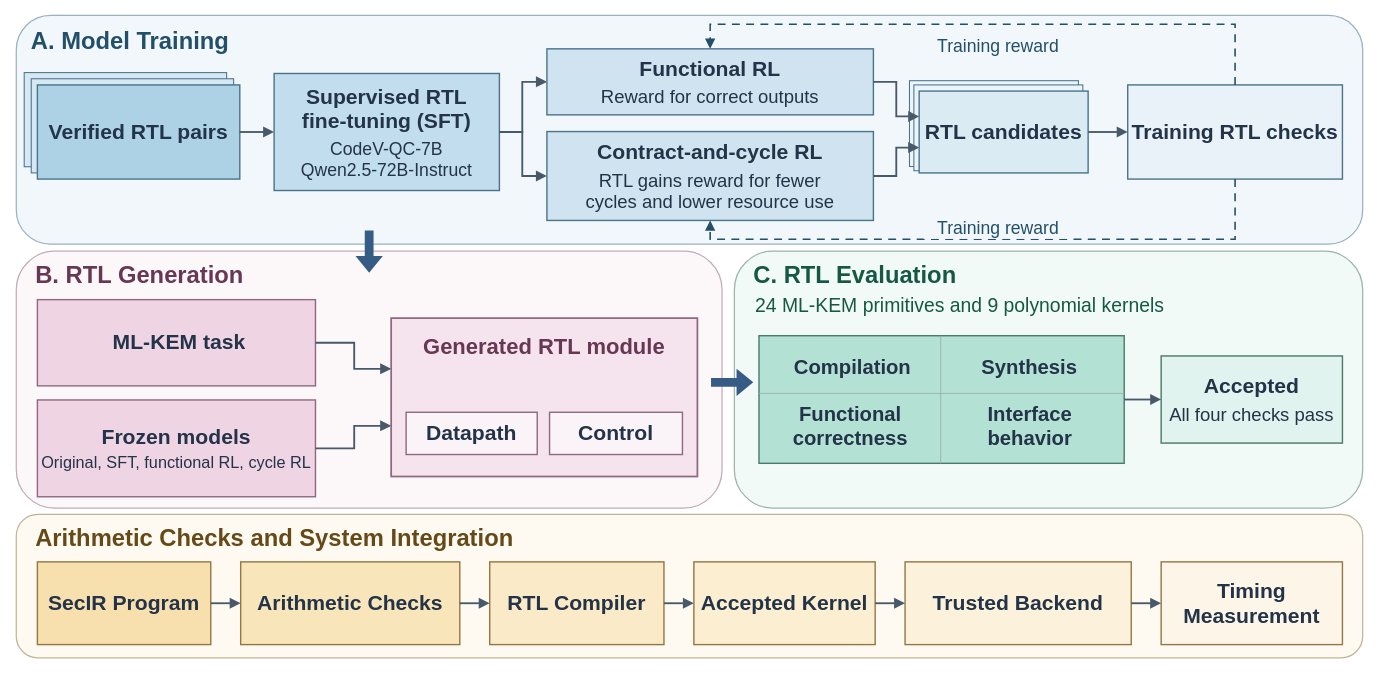
Before: all/DAC2026/SecForge_fig2.drawio in ZKY6662017/iodraw-files, a draw.io diagram. Source tidied: cells renumbered, new cells numbered last; positions are measured from the earlier drawing's top-left corner, leaving out a move shared by most shapes. Both pictures are drawn from the tidied source at 88%, with x=0, y=0 at pixel (16, 15).
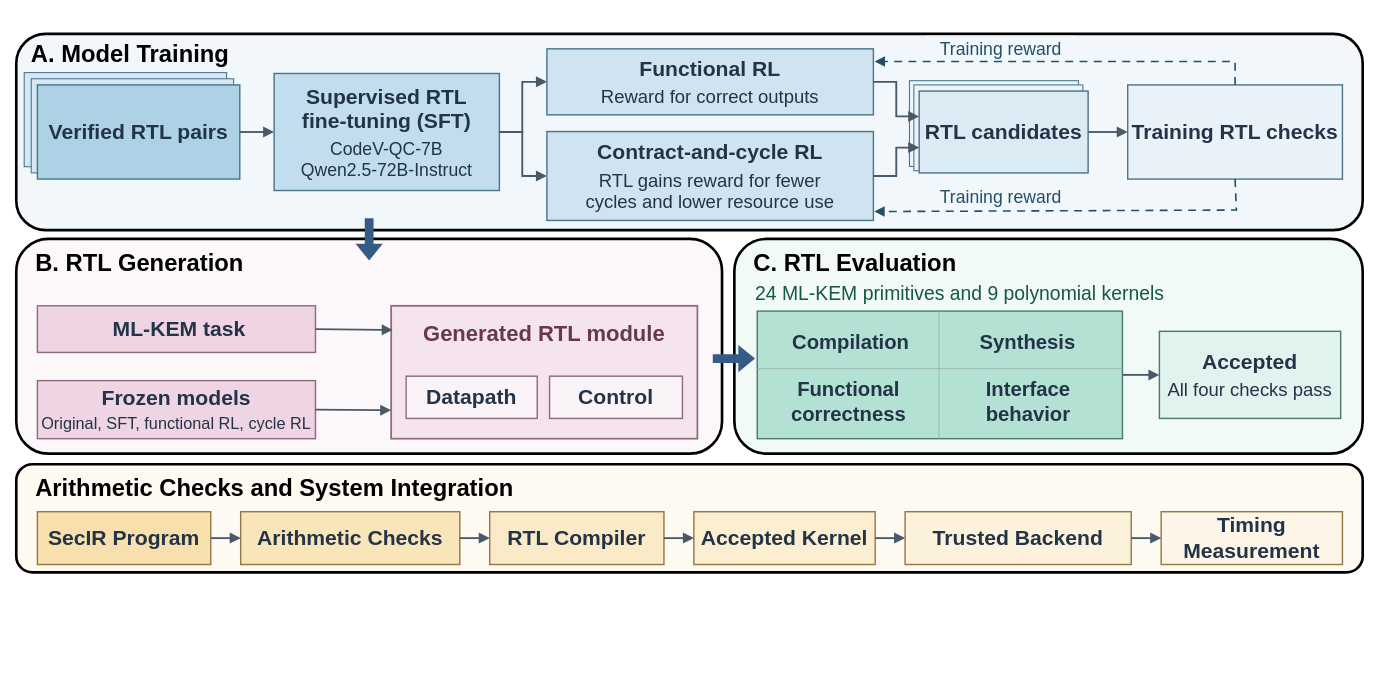
After the change.

The change refers to these unchanged cells:
```xml
<mxCell id="14" value="&lt;b&gt;Functional RL&lt;/b&gt;&lt;div style=&quot;font-size:21px;line-height:1.18;margin-top:5px&quot;&gt;Reward for correct outputs&lt;/div&gt;" style="rounded=0;html=1;whiteSpace=wrap;shadow=0;fontFamily=Arial;fontSize=22;align=center;verticalAlign=middle;spacing=0;strokeWidth=1.6;fontSize=24;spacing=3;fillColor=#CFE4F0;strokeColor=#4B748B;fontColor=#233348;" parent="1" vertex="1">
  <mxGeometry x="603" y="38" width="371" height="75" as="geometry" />
</mxCell>
<mxCell id="17" value="&lt;b&gt;Contract-and-cycle RL&lt;/b&gt;&lt;div style=&quot;font-size:21px;line-height:1.18;margin-top:5px&quot;&gt;RTL gains reward for fewer&lt;br&gt;cycles and lower resource use&lt;/div&gt;" style="rounded=0;html=1;whiteSpace=wrap;shadow=0;fontFamily=Arial;fontSize=22;align=center;verticalAlign=middle;spacing=0;strokeWidth=1.6;fontSize=24;spacing=3;fillColor=#CFE4F0;strokeColor=#4B748B;fontColor=#233348;" parent="1" vertex="1">
  <mxGeometry x="603" y="132" width="371" height="101" as="geometry" />
</mxCell>
<mxCell id="18" value="&lt;b&gt;Training RTL checks&lt;/b&gt;" style="rounded=0;html=1;whiteSpace=wrap;shadow=0;fontFamily=Arial;fontSize=22;align=center;verticalAlign=middle;spacing=0;strokeWidth=1.6;fontSize=24;spacing=3;fillColor=#E8F2F8;strokeColor=#4B748B;fontColor=#233348;" parent="1" vertex="1">
  <mxGeometry x="1263" y="79" width="244" height="107" as="geometry" />
</mxCell>
```

The edit, as a diff of the source:
```diff
@@
-    <mxCell id="2" style="rounded=1;html=1;whiteSpace=wrap;shadow=0;fontFamily=Arial;fontSize=22;fontColor=#233348;align=center;verticalAlign=middle;spacing=0;strokeWidth=1.6;strokeWidth=1.4;roundedPerimeter=1;fillColor=#F1F7FB;strokeColor=#9AB1BE;" parent="1" vertex="1">
-      <mxGeometry width="1530" height="260" as="geometry" />
+    <mxCell id="2" style="rounded=1;html=1;whiteSpace=wrap;shadow=0;fontFamily=Arial;fontSize=22;fontColor=#233348;align=center;verticalAlign=middle;spacing=0;roundedPerimeter=1;fillColor=#F1F7FB;strokeColor=default;glass=0;strokeWidth=3;" parent="1" vertex="1">
+      <mxGeometry y="21" width="1530" height="223" as="geometry" />
     </mxCell>
-    <mxCell id="3" value="A. Model Training" style="rounded=0;html=1;whiteSpace=wrap;shadow=0;fontFamily=Arial;fontSize=22;align=center;verticalAlign=middle;spacing=0;fillColor=#FFFFFF;strokeColor=#718395;strokeWidth=1.6;strokeColor=none;fillColor=none;fontSize=27;align=left;fontStyle=1;fontColor=#234F69;" parent="1" vertex="1">
-      <mxGeometry x="17" y="12" width="1486" height="35" as="geometry" />
+    <mxCell id="3" value="A. Model Training" style="rounded=0;html=1;whiteSpace=wrap;shadow=0;fontFamily=Arial;fontSize=22;align=center;verticalAlign=middle;spacing=0;fillColor=#FFFFFF;strokeColor=#000000;strokeWidth=1.6;strokeColor=none;fillColor=none;fontSize=27;align=left;fontStyle=1;fontColor=#000000;" parent="1" vertex="1">
+      <mxGeometry x="17" y="26" width="1486" height="35" as="geometry" />
     </mxCell>
-    <mxCell id="4" style="rounded=1;html=1;whiteSpace=wrap;shadow=0;fontFamily=Arial;fontSize=22;fontColor=#233348;align=center;verticalAlign=middle;spacing=0;strokeWidth=1.6;strokeWidth=1.4;roundedPerimeter=1;fillColor=#FCF8FA;strokeColor=#C1ABB8;" parent="1" vertex="1">
-      <mxGeometry y="268" width="802" height="292" as="geometry" />
+    <mxCell id="4" style="rounded=1;html=1;whiteSpace=wrap;shadow=0;fontFamily=Arial;fontSize=22;fontColor=#233348;align=center;verticalAlign=middle;spacing=0;roundedPerimeter=1;fillColor=#FCF8FA;strokeColor=#000000;strokeWidth=3;" parent="1" vertex="1">
+      <mxGeometry y="254" width="802" height="244" as="geometry" />
     </mxCell>
-    <mxCell id="5" value="B. RTL Generation" style="rounded=0;html=1;whiteSpace=wrap;shadow=0;fontFamily=Arial;fontSize=22;align=center;verticalAlign=middle;spacing=0;fillColor=#FFFFFF;strokeColor=#718395;strokeWidth=1.6;strokeColor=none;fillColor=none;fontSize=27;align=left;fontStyle=1;fontColor=#673754;" parent="1" vertex="1">
-      <mxGeometry x="22" y="278" width="758" height="35" as="geometry" />
+    <mxCell id="5" value="B. RTL Generation" style="rounded=0;html=1;whiteSpace=wrap;shadow=0;fontFamily=Arial;fontSize=22;align=center;verticalAlign=middle;spacing=0;fillColor=#FFFFFF;strokeColor=#718395;strokeWidth=1.6;strokeColor=none;fillColor=none;fontSize=27;align=left;fontStyle=1;fontColor=#000000;" parent="1" vertex="1">
+      <mxGeometry x="22" y="264" width="758" height="35" as="geometry" />
     </mxCell>
-    <mxCell id="6" style="rounded=1;html=1;whiteSpace=wrap;shadow=0;fontFamily=Arial;fontSize=22;fontColor=#233348;align=center;verticalAlign=middle;spacing=0;strokeWidth=1.6;strokeWidth=1.4;roundedPerimeter=1;glass=0;fillColor=#F1FAF7;strokeColor=#9BB4AB;" parent="1" vertex="1">
-      <mxGeometry x="816" y="268" width="714" height="292" as="geometry" />
+    <mxCell id="6" style="rounded=1;html=1;whiteSpace=wrap;shadow=0;fontFamily=Arial;fontSize=22;fontColor=#233348;align=center;verticalAlign=middle;spacing=0;roundedPerimeter=1;glass=0;fillColor=#F1FAF7;strokeColor=#000000;strokeWidth=3;" parent="1" vertex="1">
+      <mxGeometry x="816" y="254" width="714" height="244" as="geometry" />
     </mxCell>
-    <mxCell id="7" value="C. RTL Evaluation" style="rounded=0;html=1;whiteSpace=wrap;shadow=0;fontFamily=Arial;fontSize=22;align=center;verticalAlign=middle;spacing=0;fillColor=#FFFFFF;strokeColor=#718395;strokeWidth=1.6;strokeColor=none;fillColor=none;fontSize=27;align=left;fontStyle=1;fontColor=#165844;" parent="1" vertex="1">
-      <mxGeometry x="838" y="278" width="670" height="35" as="geometry" />
+    <mxCell id="7" value="C. RTL Evaluation" style="rounded=0;html=1;whiteSpace=wrap;shadow=0;fontFamily=Arial;fontSize=22;align=center;verticalAlign=middle;spacing=0;fillColor=#FFFFFF;strokeColor=#718395;strokeWidth=1.6;strokeColor=none;fillColor=none;fontSize=27;align=left;fontStyle=1;fontColor=#000000;" parent="1" vertex="1">
+      <mxGeometry x="838" y="264" width="670" height="35" as="geometry" />
     </mxCell>
-    <mxCell id="8" style="rounded=1;html=1;whiteSpace=wrap;shadow=0;fontFamily=Arial;fontSize=22;fontColor=#233348;align=center;verticalAlign=middle;spacing=0;strokeWidth=1.6;strokeWidth=1.4;roundedPerimeter=1;fillColor=#FEFAF1;strokeColor=#C3B396;" parent="1" vertex="1">
-      <mxGeometry y="567" width="1530" height="163" as="geometry" />
+    <mxCell id="8" style="rounded=1;html=1;whiteSpace=wrap;shadow=0;fontFamily=Arial;fontSize=22;fontColor=#233348;align=center;verticalAlign=middle;spacing=0;roundedPerimeter=1;fillColor=#FEFAF1;strokeColor=#000000;strokeWidth=3;" parent="1" vertex="1">
+      <mxGeometry y="510" width="1530" height="123" as="geometry" />
     </mxCell>
-    <mxCell id="9" value="Arithmetic Checks and System Integration" style="rounded=0;html=1;whiteSpace=wrap;shadow=0;fontFamily=Arial;fontSize=22;align=center;verticalAlign=middle;spacing=0;fillColor=#FFFFFF;strokeColor=#718395;strokeWidth=1.6;strokeColor=none;fillColor=none;fontSize=27;align=left;fontStyle=1;fontColor=#654A18;" parent="1" vertex="1">
-      <mxGeometry x="22" y="577" width="1486" height="35" as="geometry" />
+    <mxCell id="9" value="Arithmetic Checks and System Integration" style="rounded=0;html=1;whiteSpace=wrap;shadow=0;fontFamily=Arial;fontSize=22;align=center;verticalAlign=middle;spacing=0;fillColor=#FFFFFF;strokeColor=#718395;strokeWidth=1.6;strokeColor=none;fillColor=none;fontSize=27;align=left;fontStyle=1;fontColor=#000000;" parent="1" vertex="1">
+      <mxGeometry x="22" y="520" width="1486" height="35" as="geometry" />
     </mxCell>
@@
-    <mxCell id="26" style="edgeStyle=none;html=1;rounded=0;strokeWidth=1.8;endArrow=block;endFill=1;endSize=7;exitX=0.5;exitY=0;exitPerimeter=0;entryX=0.5;entryY=0;entryPerimeter=0;dashed=1;dashPattern=5 4;strokeColor=#234F69;" parent="1" edge="1" source="18" target="14">
+    <mxCell id="26" style="edgeStyle=none;html=1;rounded=0;strokeWidth=1.8;endArrow=block;endFill=1;endSize=7;exitX=0.5;exitY=0;exitPerimeter=0;entryX=1.004;entryY=0.192;entryPerimeter=0;dashed=1;dashPattern=5 4;strokeColor=#234F69;entryDx=0;entryDy=0;" parent="1" edge="1" source="18" target="14">
       <mxGeometry relative="1" as="geometry">
         <Array as="points">
-          <mxPoint x="1385" y="10" />
-          <mxPoint x="788.5" y="10" />
+          <mxPoint x="1385" y="52.4" />
         </Array>
       </mxGeometry>
     </mxCell>
-    <mxCell id="27" style="edgeStyle=none;html=1;rounded=0;strokeWidth=1.8;endArrow=block;endFill=1;endSize=7;exitX=0.5;exitY=1;exitPerimeter=0;entryX=0.5;entryY=1;entryPerimeter=0;dashed=1;dashPattern=5 4;strokeColor=#234F69;" parent="1" edge="1" source="18" target="17">
-      <mxGeometry x="-0.01" relative="1" as="geometry">
+    <mxCell id="27" style="edgeStyle=none;html=1;rounded=0;strokeWidth=1.8;endArrow=block;endFill=1;endSize=7;exitX=0.5;exitY=1;exitPerimeter=0;entryX=1.003;entryY=0.9;entryPerimeter=0;dashed=1;dashPattern=5 4;strokeColor=#234F69;entryDx=0;entryDy=0;" parent="1" edge="1" source="18" target="17">
+      <mxGeometry x="0.37" relative="1" as="geometry">
         <Array as="points">
-          <mxPoint x="1385" y="254.4" />
-          <mxPoint x="1087.7" y="254.4" />
-          <mxPoint x="788.5" y="254.4" />
+          <mxPoint x="1386.5" y="221.2" />
         </Array>
       </mxGeometry>
     </mxCell>
     <mxCell id="28" value="Training reward" style="rounded=0;html=1;whiteSpace=wrap;shadow=0;fontFamily=Arial;fontSize=22;align=center;verticalAlign=middle;spacing=0;strokeColor=#718395;strokeWidth=1.6;strokeColor=none;fontSize=20;fontColor=#234F69;fillColor=#F1F7FB;" parent="1" vertex="1">
-      <mxGeometry x="1031" y="20" width="170" height="27" as="geometry" />
+      <mxGeometry x="1034" y="23" width="170" height="27" as="geometry" />
     </mxCell>
     <mxCell id="29" value="Training reward" style="rounded=0;html=1;whiteSpace=wrap;shadow=0;fontFamily=Arial;fontSize=22;align=center;verticalAlign=middle;spacing=0;strokeColor=#718395;strokeWidth=1.6;strokeColor=none;fontSize=20;fontColor=#234F69;fillColor=#F1F7FB;" parent="1" vertex="1">
-      <mxGeometry x="1031" y="227" width="170" height="27" as="geometry" />
+      <mxGeometry x="1034" y="192" width="170" height="27" as="geometry" />
     </mxCell>
     <mxCell id="30" value="&lt;b&gt;&amp;nbsp;ML-KEM task&lt;/b&gt;" style="rounded=0;html=1;whiteSpace=wrap;shadow=0;fontFamily=Arial;fontSize=22;align=center;verticalAlign=middle;spacing=0;strokeWidth=1.6;fontSize=24;spacing=3;fillColor=#EFD4E3;strokeColor=#906981;fontColor=#233348;" parent="1" vertex="1">
-      <mxGeometry x="24" y="323" width="316" height="98" as="geometry" />
+      <mxGeometry x="24" y="330" width="316" height="53" as="geometry" />
     </mxCell>
     <mxCell id="31" value="&lt;b&gt;Frozen models&lt;/b&gt;&lt;div style=&quot;font-size:18.5px;line-height:1.18;margin-top:5px&quot;&gt;Original, SFT, functional RL, cycle RL&lt;br&gt;&lt;/div&gt;" style="rounded=0;html=1;whiteSpace=wrap;shadow=0;fontFamily=Arial;fontSize=22;align=center;verticalAlign=middle;spacing=0;strokeWidth=1.6;fontSize=24;spacing=3;fillColor=#EFD4E3;strokeColor=#906981;fontColor=#233348;" parent="1" vertex="1">
-      <mxGeometry x="24" y="437" width="316" height="110" as="geometry" />
+      <mxGeometry x="24" y="415" width="316" height="66" as="geometry" />
     </mxCell>
     <mxCell id="32" style="rounded=0;html=1;whiteSpace=wrap;shadow=0;fontFamily=Arial;fontSize=22;align=center;verticalAlign=middle;spacing=0;strokeWidth=1.6;strokeWidth=2;fillColor=#F5E4ED;strokeColor=#906981;fontColor=#233348;" parent="1" vertex="1">
-      <mxGeometry x="426" y="344" width="348" height="180" as="geometry" />
+      <mxGeometry x="426" y="330" width="348" height="151" as="geometry" />
     </mxCell>
     <mxCell id="33" value="Generated RTL module" style="rounded=0;html=1;whiteSpace=wrap;shadow=0;fontFamily=Arial;fontSize=22;align=center;verticalAlign=middle;spacing=0;fillColor=#FFFFFF;strokeColor=#718395;strokeWidth=1.6;strokeColor=none;fillColor=none;fontSize=25;fontStyle=1;fontColor=#673754;" parent="1" vertex="1">
-      <mxGeometry x="434" y="357" width="332" height="35" as="geometry" />
+      <mxGeometry x="434" y="343" width="332" height="35" as="geometry" />
     </mxCell>
     <mxCell id="34" value="&lt;b&gt;Datapath&lt;/b&gt;" style="rounded=0;html=1;whiteSpace=wrap;shadow=0;fontFamily=Arial;fontSize=22;align=center;verticalAlign=middle;spacing=0;strokeWidth=1.6;fontSize=24;spacing=3;fillColor=#FAF3F7;strokeColor=#906981;fontColor=#233348;" parent="1" vertex="1">
-      <mxGeometry x="443" y="451" width="149" height="48" as="geometry" />
+      <mxGeometry x="443" y="410" width="149" height="48" as="geometry" />
     </mxCell>
     <mxCell id="35" value="&lt;b&gt;Control&lt;/b&gt;" style="rounded=0;html=1;whiteSpace=wrap;shadow=0;fontFamily=Arial;fontSize=22;align=center;verticalAlign=middle;spacing=0;strokeWidth=1.6;fontSize=24;spacing=3;fillColor=#FAF3F7;strokeColor=#906981;fontColor=#233348;" parent="1" vertex="1">
-      <mxGeometry x="606" y="451" width="151" height="48" as="geometry" />
+      <mxGeometry x="606" y="410" width="151" height="48" as="geometry" />
     </mxCell>
-    <mxCell id="36" style="edgeStyle=none;html=1;rounded=0;strokeColor=#48596A;strokeWidth=2.1;endArrow=block;endFill=1;endSize=7;exitX=1;exitY=0.5;exitPerimeter=0;entryX=0;entryY=0.32;entryPerimeter=0;" parent="1" edge="1" source="30" target="32">
-      <mxGeometry relative="1" as="geometry">
-        <Array as="points">
-          <mxPoint x="384" y="372" />
-          <mxPoint x="384" y="401.6" />
-        </Array>
-      </mxGeometry>
+    <mxCell id="36" style="edgeStyle=none;html=1;rounded=0;strokeColor=#48596A;strokeWidth=2.1;endArrow=block;endFill=1;endSize=7;exitX=1;exitY=0.5;exitPerimeter=0;entryX=0.005;entryY=0.182;entryPerimeter=0;entryDx=0;entryDy=0;" parent="1" edge="1" source="30" target="32">
+      <mxGeometry relative="1" as="geometry" />
     </mxCell>
-    <mxCell id="37" style="edgeStyle=none;html=1;rounded=0;strokeColor=#48596A;strokeWidth=2.1;endArrow=block;endFill=1;endSize=7;exitX=1;exitY=0.5;exitPerimeter=0;entryX=0;entryY=0.68;entryPerimeter=0;" parent="1" edge="1" source="31" target="32">
-      <mxGeometry relative="1" as="geometry">
-        <Array as="points">
-          <mxPoint x="384" y="492" />
-          <mxPoint x="384" y="466.4" />
-        </Array>
-      </mxGeometry>
+    <mxCell id="37" style="edgeStyle=none;html=1;rounded=0;strokeColor=#48596A;strokeWidth=2.1;endArrow=block;endFill=1;endSize=7;exitX=1;exitY=0.5;exitPerimeter=0;entryX=0;entryY=0.786;entryPerimeter=0;entryDx=0;entryDy=0;" parent="1" edge="1" source="31" target="32">
+      <mxGeometry relative="1" as="geometry" />
     </mxCell>
     <mxCell id="38" value="24 ML-KEM primitives and 9 polynomial kernels" style="rounded=0;html=1;whiteSpace=wrap;shadow=0;fontFamily=Arial;fontSize=22;align=center;verticalAlign=middle;spacing=0;fillColor=#FFFFFF;strokeColor=#718395;strokeWidth=1.6;strokeColor=none;fillColor=none;fontSize=22;align=left;fontColor=#165844;" parent="1" vertex="1">
-      <mxGeometry x="840" y="314" width="642" height="34" as="geometry" />
+      <mxGeometry x="840" y="300" width="642" height="34" as="geometry" />
     </mxCell>
     <mxCell id="39" style="rounded=0;html=1;whiteSpace=wrap;shadow=0;fontFamily=Arial;fontSize=22;align=center;verticalAlign=middle;spacing=0;strokeWidth=1.6;strokeWidth=1.6;fillColor=#B3E2D5;strokeColor=#4C7969;fontColor=#233348;" parent="1" vertex="1">
-      <mxGeometry x="844" y="364" width="415" height="145" as="geometry" />
+      <mxGeometry x="842" y="336" width="415" height="145" as="geometry" />
     </mxCell>
     <mxCell id="40" value="Compilation" style="rounded=0;html=1;whiteSpace=wrap;shadow=0;fontFamily=Arial;fontSize=22;align=center;verticalAlign=middle;spacing=0;fillColor=#FFFFFF;strokeColor=#718395;strokeWidth=1.6;strokeColor=none;fillColor=none;fontSize=23;fontStyle=1;fontColor=#233348;" parent="1" vertex="1">
-      <mxGeometry x="852" y="376" width="197" height="48" as="geometry" />
+      <mxGeometry x="850" y="348" width="197" height="48" as="geometry" />
     </mxCell>
     <mxCell id="41" value="Synthesis" style="rounded=0;html=1;whiteSpace=wrap;shadow=0;fontFamily=Arial;fontSize=22;align=center;verticalAlign=middle;spacing=0;fillColor=#FFFFFF;strokeColor=#718395;strokeWidth=1.6;strokeColor=none;fillColor=none;fontSize=23;fontStyle=1;fontColor=#233348;" parent="1" vertex="1">
-      <mxGeometry x="1051" y="376" width="201" height="48" as="geometry" />
+      <mxGeometry x="1049" y="348" width="201" height="48" as="geometry" />
     </mxCell>
     <mxCell id="42" style="rounded=0;html=1;whiteSpace=wrap;shadow=0;fontFamily=Arial;fontSize=22;fontColor=#233348;align=center;verticalAlign=middle;spacing=0;strokeColor=#718395;strokeWidth=1.6;strokeColor=none;fillColor=#97B1A8;" parent="1" vertex="1">
-      <mxGeometry x="844" y="429" width="415" height="1" as="geometry" />
+      <mxGeometry x="842" y="401" width="415" height="1" as="geometry" />
     </mxCell>
     <mxCell id="43" style="rounded=0;html=1;whiteSpace=wrap;shadow=0;fontFamily=Arial;fontSize=22;fontColor=#233348;align=center;verticalAlign=middle;spacing=0;strokeColor=#718395;strokeWidth=1.6;strokeColor=none;fillColor=#97B1A8;" parent="1" vertex="1">
-      <mxGeometry x="1050" y="364" width="1" height="145" as="geometry" />
+      <mxGeometry x="1048" y="336" width="1" height="145" as="geometry" />
     </mxCell>
     <mxCell id="44" value="Functional&lt;br&gt;correctness" style="rounded=0;html=1;whiteSpace=wrap;shadow=0;fontFamily=Arial;fontSize=22;align=center;verticalAlign=middle;spacing=0;fillColor=#FFFFFF;strokeColor=#718395;strokeWidth=1.6;strokeColor=none;fillColor=none;fontSize=23;fontStyle=1;fontColor=#233348;" parent="1" vertex="1">
-      <mxGeometry x="848" y="438" width="200" height="57" as="geometry" />
+      <mxGeometry x="846" y="410" width="200" height="57" as="geometry" />
     </mxCell>
     <mxCell id="45" value="Interface&lt;br&gt;behavior" style="rounded=0;html=1;whiteSpace=wrap;shadow=0;fontFamily=Arial;fontSize=22;align=center;verticalAlign=middle;spacing=0;fillColor=#FFFFFF;strokeColor=#718395;strokeWidth=1.6;strokeColor=none;fillColor=none;fontSize=23;fontStyle=1;fontColor=#233348;" parent="1" vertex="1">
-      <mxGeometry x="1054" y="438" width="196" height="57" as="geometry" />
+      <mxGeometry x="1052" y="410" width="196" height="57" as="geometry" />
     </mxCell>
     <mxCell id="46" value="&lt;b&gt;Accepted&lt;/b&gt;&lt;div style=&quot;font-size:21px;line-height:1.18;margin-top:5px&quot;&gt;All four checks pass&lt;/div&gt;" style="rounded=0;html=1;whiteSpace=wrap;shadow=0;fontFamily=Arial;fontSize=22;align=center;verticalAlign=middle;spacing=0;strokeWidth=1.6;fontSize=24;spacing=3;fillColor=#E0F3EE;strokeColor=#4C7969;fontColor=#233348;" parent="1" vertex="1">
-      <mxGeometry x="1301" y="387" width="206" height="99" as="geometry" />
+      <mxGeometry x="1299" y="359" width="206" height="99" as="geometry" />
     </mxCell>
@@
     <mxCell id="48" value="&lt;b&gt;SecIR Program&lt;/b&gt;" style="rounded=0;html=1;whiteSpace=wrap;shadow=0;fontFamily=Arial;fontSize=22;align=center;verticalAlign=middle;spacing=0;strokeWidth=1.6;fontSize=24;spacing=3;fillColor=#F7E0AD;strokeColor=#947744;fontColor=#233348;" parent="1" vertex="1">
-      <mxGeometry x="24" y="621" width="197" height="94" as="geometry" />
+      <mxGeometry x="24" y="564" width="197" height="60" as="geometry" />
     </mxCell>
     <mxCell id="49" value="&lt;b&gt;Arithmetic Checks&lt;/b&gt;" style="rounded=0;html=1;whiteSpace=wrap;shadow=0;fontFamily=Arial;fontSize=22;align=center;verticalAlign=middle;spacing=0;strokeWidth=1.6;fontSize=24;spacing=3;fillColor=#F8E5BA;strokeColor=#947744;fontColor=#233348;" parent="1" vertex="1">
-      <mxGeometry x="255" y="621" width="249" height="94" as="geometry" />
+      <mxGeometry x="255" y="564" width="249" height="60" as="geometry" />
     </mxCell>
     <mxCell id="50" value="&lt;b&gt;RTL Compiler&lt;/b&gt;" style="rounded=0;html=1;whiteSpace=wrap;shadow=0;fontFamily=Arial;fontSize=22;align=center;verticalAlign=middle;spacing=0;strokeWidth=1.6;fontSize=24;spacing=3;fillColor=#FAEAC7;strokeColor=#947744;fontColor=#233348;" parent="1" vertex="1">
-      <mxGeometry x="538" y="621" width="198" height="94" as="geometry" />
+      <mxGeometry x="538" y="564" width="198" height="60" as="geometry" />
     </mxCell>
     <mxCell id="51" value="&lt;b&gt;Accepted Kernel&lt;/b&gt;" style="rounded=0;html=1;whiteSpace=wrap;shadow=0;fontFamily=Arial;fontSize=22;align=center;verticalAlign=middle;spacing=0;strokeWidth=1.6;fontSize=24;spacing=3;fillColor=#FBEED1;strokeColor=#947744;fontColor=#233348;" parent="1" vertex="1">
-      <mxGeometry x="770" y="621" width="206" height="94" as="geometry" />
+      <mxGeometry x="770" y="564" width="206" height="60" as="geometry" />
     </mxCell>
     <mxCell id="52" value="&lt;b&gt;Trusted Backend&lt;/b&gt;" style="rounded=0;html=1;whiteSpace=wrap;shadow=0;fontFamily=Arial;fontSize=22;align=center;verticalAlign=middle;spacing=0;strokeWidth=1.6;fontSize=24;spacing=3;fillColor=#FCF2DB;strokeColor=#947744;fontColor=#233348;" parent="1" vertex="1">
-      <mxGeometry x="1010" y="621" width="257" height="94" as="geometry" />
+      <mxGeometry x="1010" y="564" width="257" height="60" as="geometry" />
     </mxCell>
     <mxCell id="53" value="&lt;b&gt;Timing Measurement&lt;/b&gt;" style="rounded=0;html=1;whiteSpace=wrap;shadow=0;fontFamily=Arial;fontSize=22;align=center;verticalAlign=middle;spacing=0;strokeWidth=1.6;fontSize=24;spacing=3;fillColor=#FDF6E8;strokeColor=#947744;fontColor=#233348;" parent="1" vertex="1">
-      <mxGeometry x="1301" y="621" width="206" height="94" as="geometry" />
+      <mxGeometry x="1301" y="564" width="206" height="60" as="geometry" />
     </mxCell>
@@
     <mxCell id="59" style="shape=flexArrow;endArrow=classic;html=1;rounded=0;defaultLabelBackgroundColor=page;labelPadding=0 4;fillColor=light-dark(#365b84, #ededed);strokeColor=none;" parent="1" edge="1">
       <mxGeometry relative="1" as="geometry">
-        <mxPoint x="789" y="417" as="sourcePoint" />
-        <mxPoint x="838" y="417" as="targetPoint" />
+        <mxPoint x="791" y="390" as="sourcePoint" />
+        <mxPoint x="840" y="390" as="targetPoint" />
       </mxGeometry>
     </mxCell>
     <mxCell id="60" style="shape=flexArrow;endArrow=classic;html=1;rounded=0;defaultLabelBackgroundColor=page;labelPadding=0 4;fillColor=light-dark(#365b84, #ededed);strokeColor=none;" parent="1" edge="1">
       <mxGeometry relative="1" as="geometry">
-        <mxPoint x="401" y="244" as="sourcePoint" />
-        <mxPoint x="401" y="293" as="targetPoint" />
+        <mxPoint x="401" y="230" as="sourcePoint" />
+        <mxPoint x="401" y="279" as="targetPoint" />
       </mxGeometry>
     </mxCell>
```
